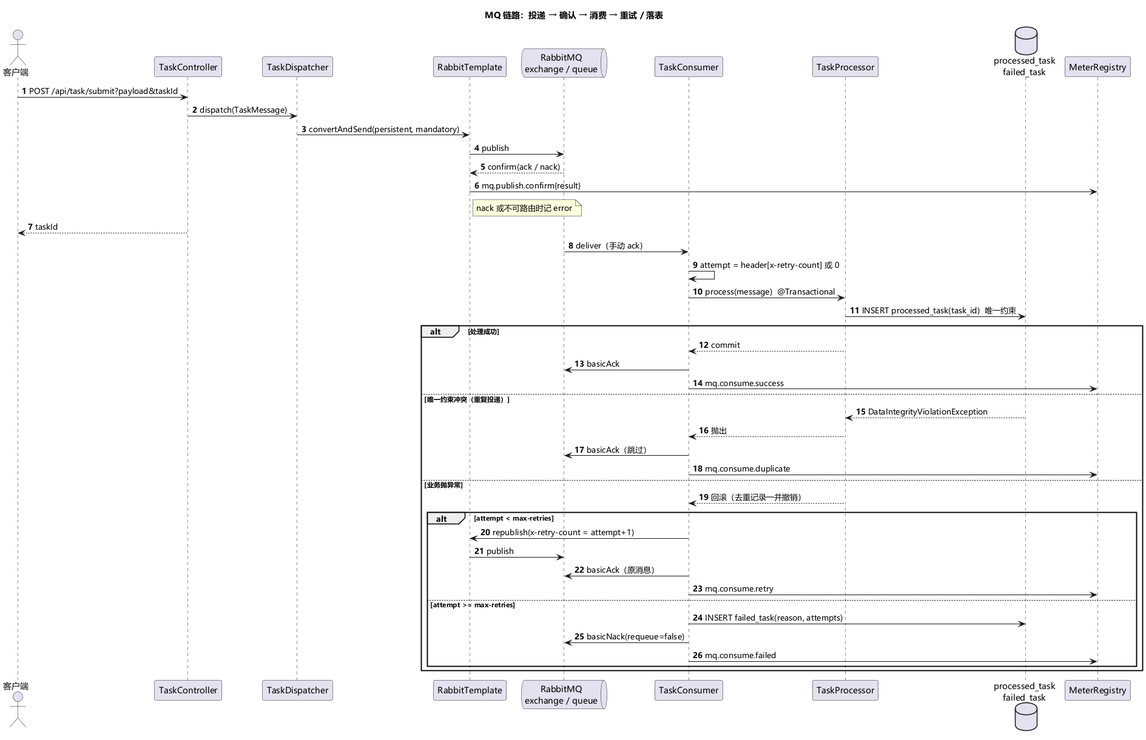
qkainan/maibao-technology-application keeps this PlantUML diagram as docs/mq-sequence.png. Above is the earlier version.
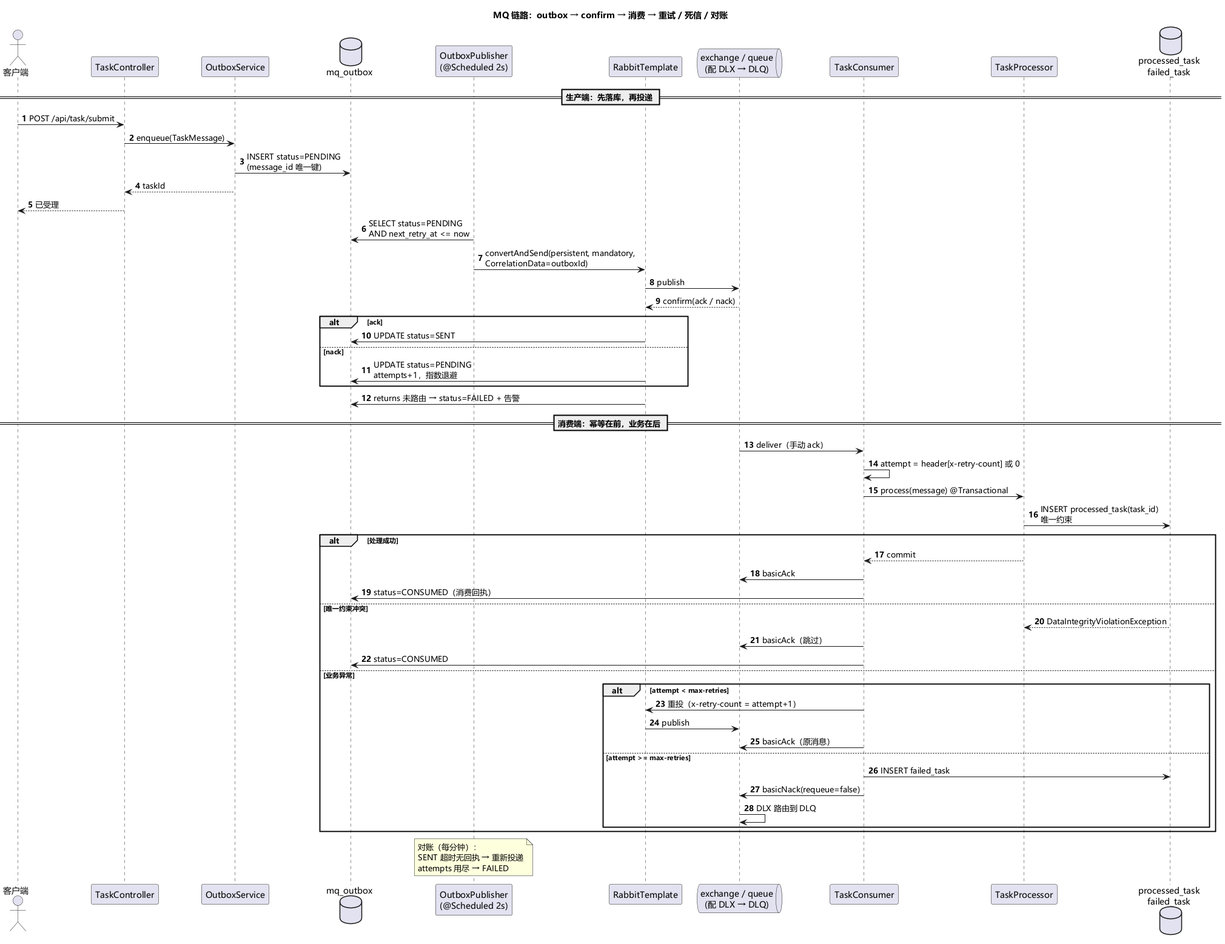
The same file after the commit.

The edit, as a diff of the source:
```diff
@@ -1,5 +1,5 @@
 @startuml mq-sequence
-title MQ 链路：投递 → 确认 → 消费 → 重试 / 落表
+title MQ 链路：outbox → confirm → 消费 → 重试 / 死信 / 对账
 skinparam defaultFontName "Microsoft YaHei"
 skinparam shadowing false
 skinparam sequenceMessageAlign left
@@ -8,48 +8,57 @@
 
 actor 客户端
 participant "TaskController" as TC
-participant "TaskDispatcher" as D
+participant "OutboxService" as OS
+database "mq_outbox" as OB
+participant "OutboxPublisher\n(@Scheduled 2s)" as OP
 participant "RabbitTemplate" as RT
-queue "RabbitMQ\nexchange / queue" as MQ
+queue "exchange / queue\n(配 DLX → DLQ)" as MQ
 participant "TaskConsumer" as CS
 participant "TaskProcessor" as TP
 database "processed_task\nfailed_task" as DB
-participant "MeterRegistry" as M
 
-客户端 -> TC : POST /api/task/submit?payload&taskId
-TC -> D : dispatch(TaskMessage)
-D -> RT : convertAndSend(persistent, mandatory)
+== 生产端：先落库，再投递 ==
+客户端 -> TC : POST /api/task/submit
+TC -> OS : enqueue(TaskMessage)
+OS -> OB : INSERT status=PENDING\n(message_id 唯一键)
+OS --> TC : taskId
+TC --> 客户端 : 已受理
+
+OP -> OB : SELECT status=PENDING\nAND next_retry_at <= now
+OP -> RT : convertAndSend(persistent, mandatory,\nCorrelationData=outboxId)
 RT -> MQ : publish
 MQ --> RT : confirm(ack / nack)
-RT -> M : mq.publish.confirm{result}
-note right of RT : nack 或不可路由时记 error
-TC --> 客户端 : taskId
+alt ack
+  RT -> OB : UPDATE status=SENT
+else nack
+  RT -> OB : UPDATE status=PENDING\nattempts+1，指数退避
+end
+RT -> OB : returns 未路由 → status=FAILED + 告警
 
+== 消费端：幂等在前，业务在后 ==
 MQ -> CS : deliver（手动 ack）
 CS -> CS : attempt = header[x-retry-count] 或 0
-CS -> TP : process(message)  @Transactional
-TP -> DB : INSERT processed_task(task_id)  唯一约束
+CS -> TP : process(message) @Transactional
+TP -> DB : INSERT processed_task(task_id)\n唯一约束
 alt 处理成功
   TP --> CS : commit
   CS -> MQ : basicAck
-  CS -> M : mq.consume.success
-else 唯一约束冲突（重复投递）
+  CS -> OB : status=CONSUMED（消费回执）
+else 唯一约束冲突
   DB --> TP : DataIntegrityViolationException
-  TP --> CS : 抛出
   CS -> MQ : basicAck（跳过）
-  CS -> M : mq.consume.duplicate
-else 业务抛异常
-  TP --> CS : 回滚（去重记录一并撤销）
+  CS -> OB : status=CONSUMED
+else 业务异常
   alt attempt < max-retries
-    CS -> RT : republish(x-retry-count = attempt+1)
+    CS -> RT : 重投（x-retry-count = attempt+1）
     RT -> MQ : publish
     CS -> MQ : basicAck（原消息）
-    CS -> M : mq.consume.retry
   else attempt >= max-retries
-    CS -> DB : INSERT failed_task(reason, attempts)
+    CS -> DB : INSERT failed_task
     CS -> MQ : basicNack(requeue=false)
-    CS -> M : mq.consume.failed
+    MQ -> MQ : DLX 路由到 DLQ
   end
 end
 
+note over OP : 对账（每分钟）：\nSENT 超时无回执 → 重新投递\nattempts 用尽 → FAILED
 @enduml
```
